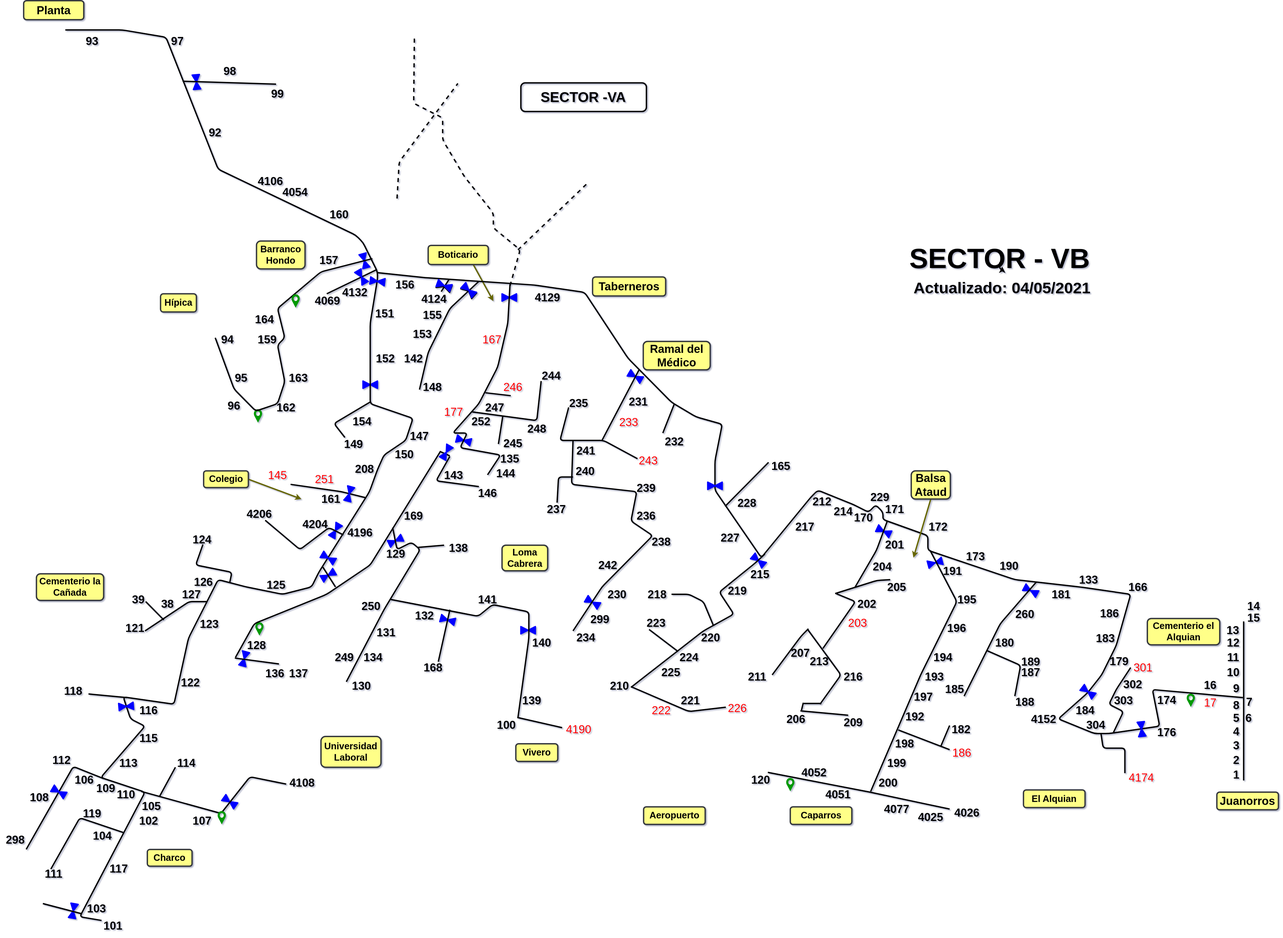
This is planos-actualizados/plano_VB.svg from cr4vegas-team/doc-cr4vegas-planos, a draw.io export, as it was before one commit. Source tidied: cells renumbered, new cells last; positions are measured from the earlier drawing's top-left corner, leaving out a move shared by most shapes.
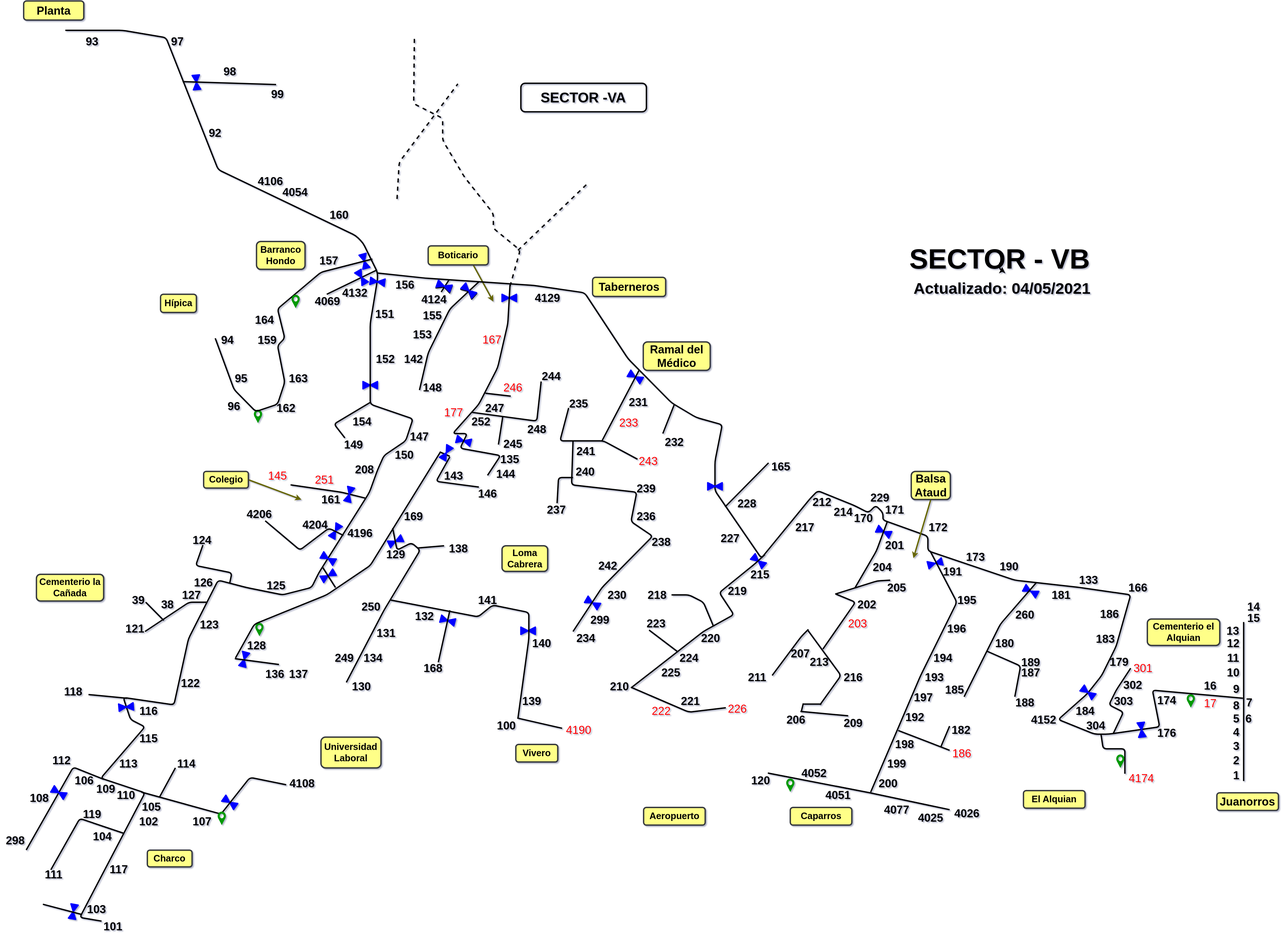
The same file after the commit.

Change to the diagram source:
```diff
@@ -1400,5 +1400,8 @@
     <mxCell id="332" value="234" style="text;html=1;strokeColor=none;fillColor=none;align=center;verticalAlign=middle;whiteSpace=wrap;fontSize=33;fontStyle=1;strokeWidth=4;rounded=1;" parent="1" vertex="1">
       <mxGeometry x="1665.4" y="1836.9" width="84.5" height="42.8" as="geometry" />
     </mxCell>
+    <mxCell id="333" style="verticalLabelPosition=bottom;align=center;dashed=0;html=1;verticalAlign=top;shape=mxgraph.pid.flow_sensors.rotameter;strokeWidth=6;fillColor=none;fontSize=33;rotation=-90;fontColor=#009900;strokeColor=#009900;rounded=1;" parent="1" vertex="1">
+      <mxGeometry x="3252" y="2206.4" width="29.6" height="17.9" as="geometry" />
+    </mxCell>
   </root>
 </mxGraphModel>
```
